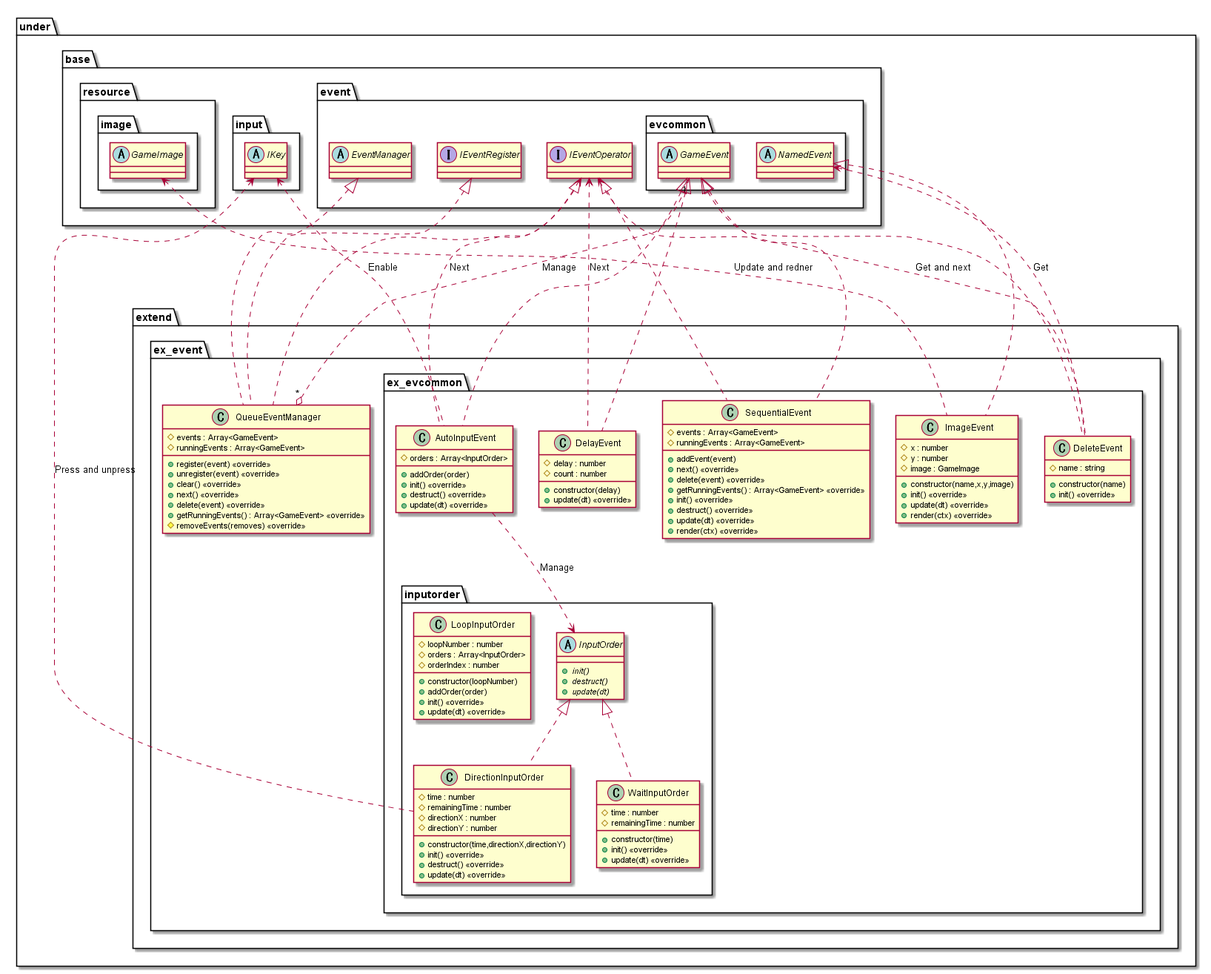
Expine/Under keeps this PlantUML diagram as out/uml/event/Extend/EventExtend.png. Above is the earlier version.
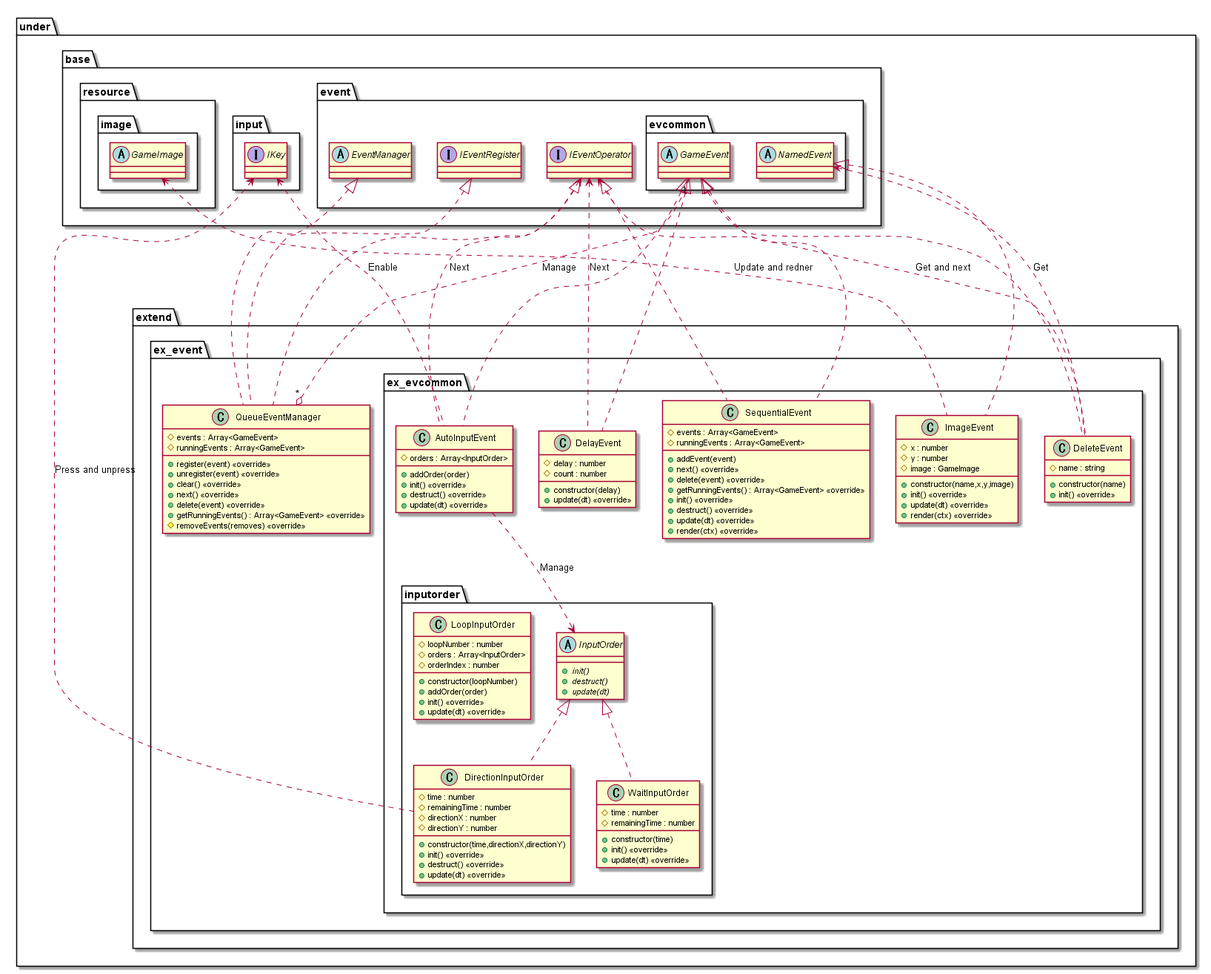
Later version of the same file.

Commit message:
Add game event uml

Change to the diagram source:
```diff
@@ -95,7 +95,7 @@
 package under {
     package base {
         package input {
-            abstract IKey
+            interface IKey
         }
         package resource {
             package image {
```
